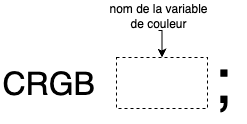
Above: m5stack/atom/pixel/code_creer_crgb.drawio.png in thomasfredericks/aide (draw.io), before the change. Source tidied: cells renumbered, new cells last; positions are measured from the earlier drawing's top-left corner, leaving out a move shared by most shapes. The source it was exported from:
```xml
<mxGraphModel>
  <root>
    <mxCell id="0" />
    <mxCell id="1" parent="0" />
    <mxCell id="2" style="rounded=0;whiteSpace=wrap;html=1;dashed=1;fillColor=none;" parent="1" vertex="1">
      <mxGeometry x="116" y="57" width="91" height="51" as="geometry" />
    </mxCell>
    <mxCell id="3" style="edgeStyle=orthogonalEdgeStyle;rounded=0;jettySize=auto;html=1;exitX=0.5;exitY=1;exitDx=0;exitDy=0;entryX=0.5;entryY=0;entryDx=0;entryDy=0;" parent="1" edge="1" source="4" target="2">
      <mxGeometry relative="1" as="geometry" />
    </mxCell>
    <mxCell id="4" value="nom de la variable de couleur" style="text;html=1;align=center;verticalAlign=middle;whiteSpace=wrap;rounded=0;" parent="1" vertex="1">
      <mxGeometry x="103" width="110" height="30" as="geometry" />
    </mxCell>
    <mxCell id="5" value="&lt;font style=&quot;font-size: 32px;&quot;&gt;CRGB&lt;/font&gt;" style="text;html=1;align=left;verticalAlign=middle;whiteSpace=wrap;rounded=0;" parent="1" vertex="1">
      <mxGeometry y="55" width="113" height="55" as="geometry" />
    </mxCell>
    <mxCell id="6" value="&lt;font style=&quot;font-size: 64px;&quot;&gt;;&lt;/font&gt;" style="text;html=1;align=left;verticalAlign=middle;whiteSpace=wrap;rounded=0;" parent="1" vertex="1">
      <mxGeometry x="211" y="35" width="36" height="89" as="geometry" />
    </mxCell>
  </root>
</mxGraphModel>
```
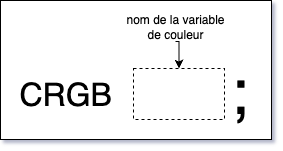
The same diagram one commit later.

What changed in the source:
```diff
@@ -1,7 +1,10 @@
-<mxGraphModel>
+<mxGraphModel background="#ffffff" shadow="1">
   <root>
     <mxCell id="0" />
     <mxCell id="1" parent="0" />
+    <mxCell id="7" style="rounded=0;whiteSpace=wrap;html=1;" parent="1" vertex="1">
+      <mxGeometry x="-17" y="-11" width="271" height="139" as="geometry" />
+    </mxCell>
     <mxCell id="2" style="rounded=0;whiteSpace=wrap;html=1;dashed=1;fillColor=none;" parent="1" vertex="1">
       <mxGeometry x="116" y="57" width="91" height="51" as="geometry" />
     </mxCell>
```
